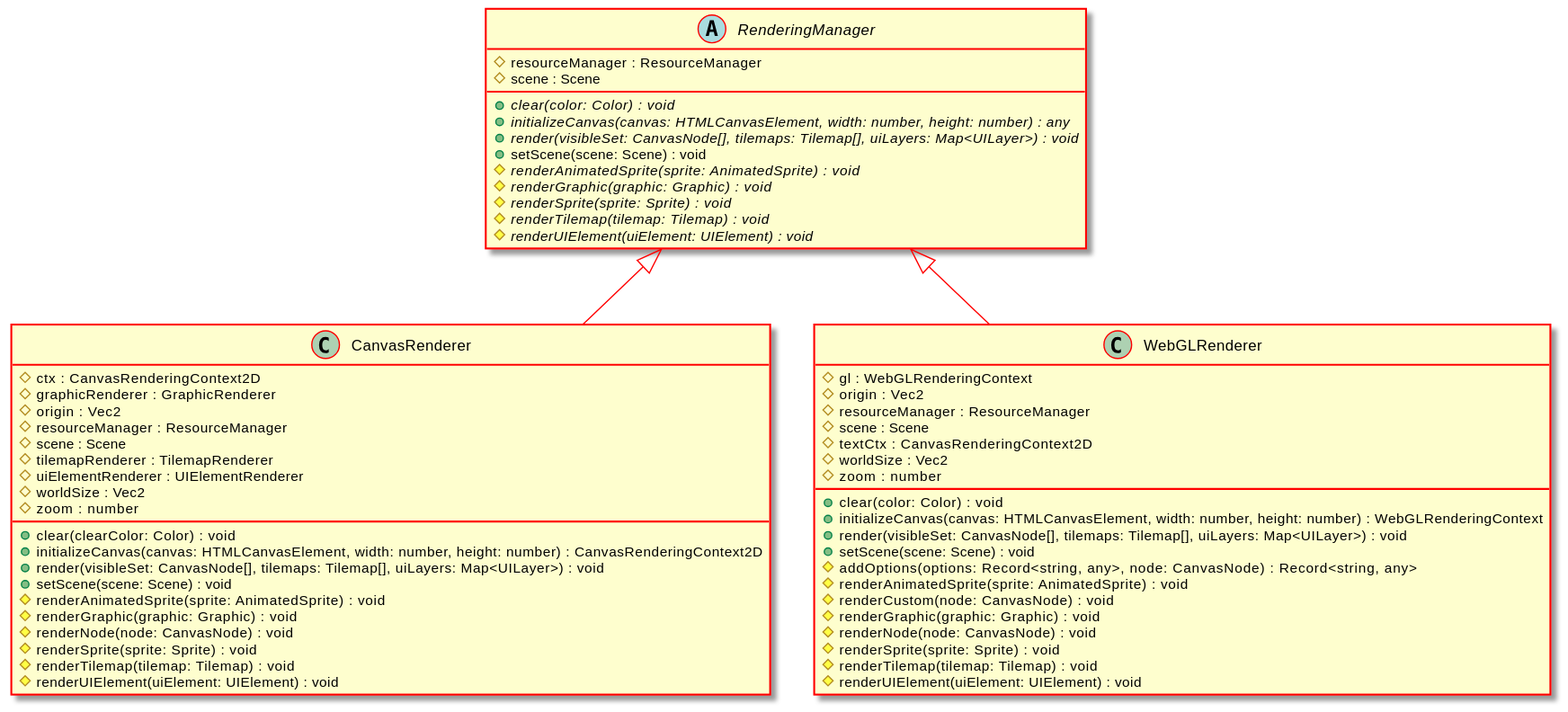
Test123938/Test2 keeps this PlantUML diagram as docs/api/assets/RenderingManager-umlClassDiagram-5659.svg. Above is the earlier version. The source it was exported from:
```plantuml
@startuml
skinparam ClassArrowColor #ff0000
skinparam ClassBorderColor #ff0000
skinparam BackgroundColor transparent
hide empty methods
hide empty fields
abstract class "RenderingManager" {
    #resourceManager : ResourceManager
    #scene : Scene
    {abstract} +clear(color: Color) : void
    {abstract} +initializeCanvas(canvas: HTMLCanvasElement, width: number, height: number) : any
    {abstract} +render(visibleSet: CanvasNode[], tilemaps: Tilemap[], uiLayers: Map<UILayer>) : void
    +setScene(scene: Scene) : void
    {abstract} #renderAnimatedSprite(sprite: AnimatedSprite) : void
    {abstract} #renderGraphic(graphic: Graphic) : void
    {abstract} #renderSprite(sprite: Sprite) : void
    {abstract} #renderTilemap(tilemap: Tilemap) : void
    {abstract} #renderUIElement(uiElement: UIElement) : void
}
class "CanvasRenderer" {
    #ctx : CanvasRenderingContext2D
    #graphicRenderer : GraphicRenderer
    #origin : Vec2
    #resourceManager : ResourceManager
    #scene : Scene
    #tilemapRenderer : TilemapRenderer
    #uiElementRenderer : UIElementRenderer
    #worldSize : Vec2
    #zoom : number
    +clear(clearColor: Color) : void
    +initializeCanvas(canvas: HTMLCanvasElement, width: number, height: number) : CanvasRenderingContext2D
    +render(visibleSet: CanvasNode[], tilemaps: Tilemap[], uiLayers: Map<UILayer>) : void
    +setScene(scene: Scene) : void
    #renderAnimatedSprite(sprite: AnimatedSprite) : void
    #renderGraphic(graphic: Graphic) : void
    #renderNode(node: CanvasNode) : void
    #renderSprite(sprite: Sprite) : void
    #renderTilemap(tilemap: Tilemap) : void
    #renderUIElement(uiElement: UIElement) : void
}
"RenderingManager" <|-- "CanvasRenderer"
class "WebGLRenderer" {
    #gl : WebGLRenderingContext
    #origin : Vec2
    #resourceManager : ResourceManager
    #scene : Scene
    #textCtx : CanvasRenderingContext2D
    #worldSize : Vec2
    #zoom : number
    +clear(color: Color) : void
    +initializeCanvas(canvas: HTMLCanvasElement, width: number, height: number) : WebGLRenderingContext
    +render(visibleSet: CanvasNode[], tilemaps: Tilemap[], uiLayers: Map<UILayer>) : void
    +setScene(scene: Scene) : void
    #addOptions(options: Record<string, any>, node: CanvasNode) : Record<string, any>
    #renderAnimatedSprite(sprite: AnimatedSprite) : void
    #renderCustom(node: CanvasNode) : void
    #renderGraphic(graphic: Graphic) : void
    #renderNode(node: CanvasNode) : void
    #renderSprite(sprite: Sprite) : void
    #renderTilemap(tilemap: Tilemap) : void
    #renderUIElement(uiElement: UIElement) : void
}
"RenderingManager" <|-- "WebGLRenderer"
@enduml
```
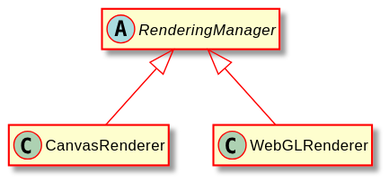
Later version of the same file.

The edit, as a diff of the source:
```diff
@@ -5,60 +5,11 @@
 hide empty methods
 hide empty fields
 abstract class "RenderingManager" {
-    #resourceManager : ResourceManager
-    #scene : Scene
-    {abstract} +clear(color: Color) : void
-    {abstract} +initializeCanvas(canvas: HTMLCanvasElement, width: number, height: number) : any
-    {abstract} +render(visibleSet: CanvasNode[], tilemaps: Tilemap[], uiLayers: Map<UILayer>) : void
-    +setScene(scene: Scene) : void
-    {abstract} #renderAnimatedSprite(sprite: AnimatedSprite) : void
-    {abstract} #renderGraphic(graphic: Graphic) : void
-    {abstract} #renderSprite(sprite: Sprite) : void
-    {abstract} #renderTilemap(tilemap: Tilemap) : void
-    {abstract} #renderUIElement(uiElement: UIElement) : void
 }
 class "CanvasRenderer" {
-    #ctx : CanvasRenderingContext2D
-    #graphicRenderer : GraphicRenderer
-    #origin : Vec2
-    #resourceManager : ResourceManager
-    #scene : Scene
-    #tilemapRenderer : TilemapRenderer
-    #uiElementRenderer : UIElementRenderer
-    #worldSize : Vec2
-    #zoom : number
-    +clear(clearColor: Color) : void
-    +initializeCanvas(canvas: HTMLCanvasElement, width: number, height: number) : CanvasRenderingContext2D
-    +render(visibleSet: CanvasNode[], tilemaps: Tilemap[], uiLayers: Map<UILayer>) : void
-    +setScene(scene: Scene) : void
-    #renderAnimatedSprite(sprite: AnimatedSprite) : void
-    #renderGraphic(graphic: Graphic) : void
-    #renderNode(node: CanvasNode) : void
-    #renderSprite(sprite: Sprite) : void
-    #renderTilemap(tilemap: Tilemap) : void
-    #renderUIElement(uiElement: UIElement) : void
 }
 "RenderingManager" <|-- "CanvasRenderer"
 class "WebGLRenderer" {
-    #gl : WebGLRenderingContext
-    #origin : Vec2
-    #resourceManager : ResourceManager
-    #scene : Scene
-    #textCtx : CanvasRenderingContext2D
-    #worldSize : Vec2
-    #zoom : number
-    +clear(color: Color) : void
-    +initializeCanvas(canvas: HTMLCanvasElement, width: number, height: number) : WebGLRenderingContext
-    +render(visibleSet: CanvasNode[], tilemaps: Tilemap[], uiLayers: Map<UILayer>) : void
-    +setScene(scene: Scene) : void
-    #addOptions(options: Record<string, any>, node: CanvasNode) : Record<string, any>
-    #renderAnimatedSprite(sprite: AnimatedSprite) : void
-    #renderCustom(node: CanvasNode) : void
-    #renderGraphic(graphic: Graphic) : void
-    #renderNode(node: CanvasNode) : void
-    #renderSprite(sprite: Sprite) : void
-    #renderTilemap(tilemap: Tilemap) : void
-    #renderUIElement(uiElement: UIElement) : void
 }
 "RenderingManager" <|-- "WebGLRenderer"
 @enduml
```
